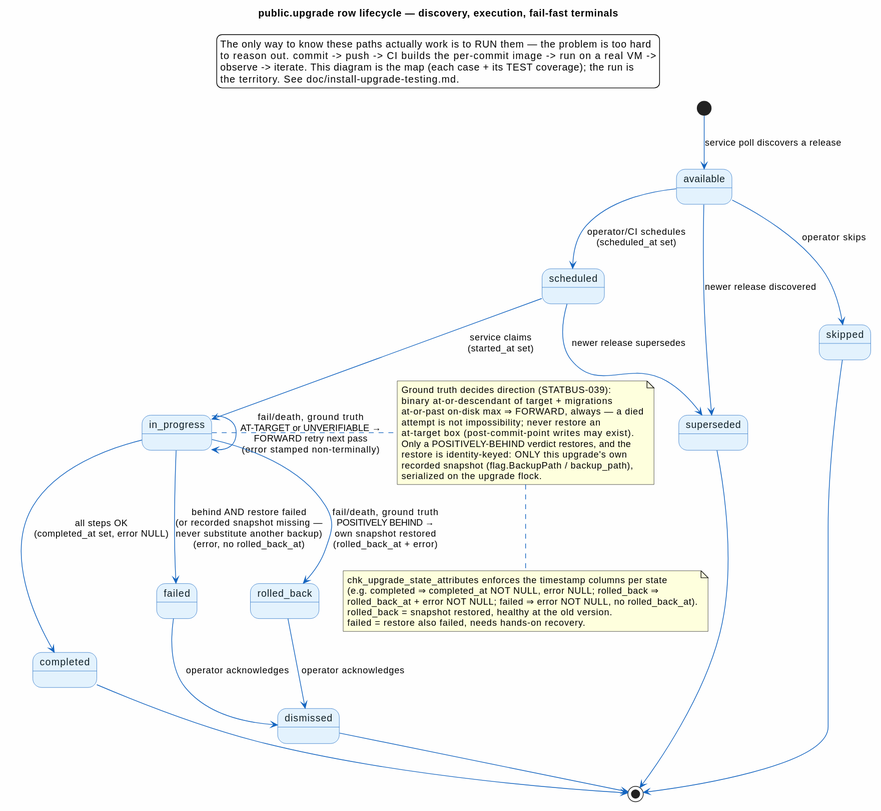
Before: doc/diagrams/upgrade-lifecycle.svg, a diagram exported from PlantUML (statisticsnorway/statbus).
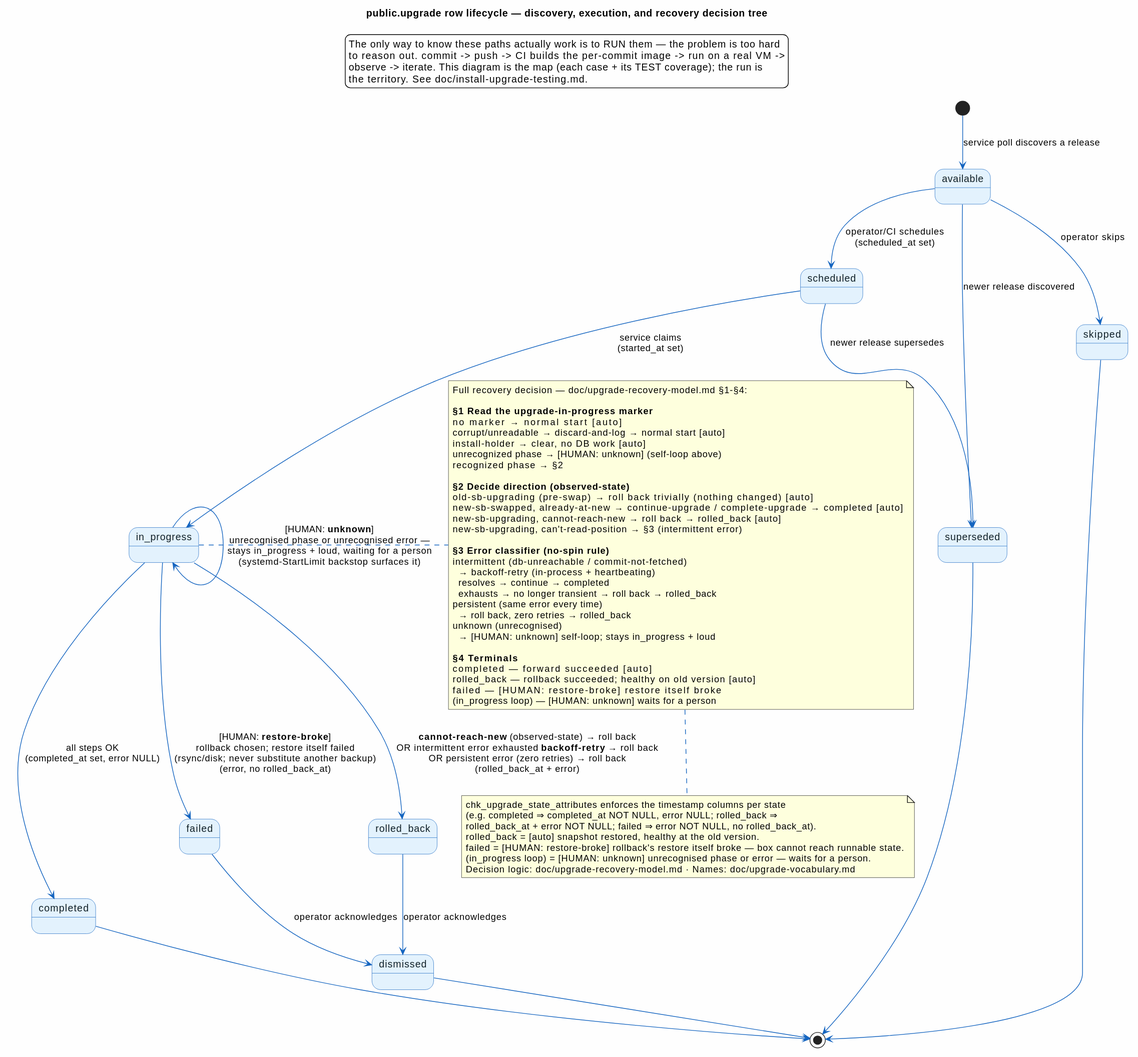
Above is the later version.

Commit message:
doc(diagrams): de-jargon upgrade-lifecycle to the locked recovery vocabulary

Diff of the diagram source:
```diff
@@ -7,7 +7,7 @@
     FontColor #102027
 }
 
-title public.upgrade row lifecycle — discovery, execution, fail-fast terminals
+title public.upgrade row lifecycle — discovery, execution, and recovery decision tree
 
 legend top
 The only way to know these paths actually work is to RUN them — the problem is too hard
@@ -26,20 +26,44 @@
 scheduled --> superseded : newer release supersedes
 
 in_progress --> completed : all steps OK\n(completed_at set, error NULL)
-in_progress --> in_progress : fail/death, ground truth\nAT-TARGET or UNVERIFIABLE →\nFORWARD retry next pass\n(error stamped non-terminally)
-in_progress --> rolled_back : fail/death, ground truth\nPOSITIVELY BEHIND →\nown snapshot restored\n(rolled_back_at + error)
-in_progress --> failed : behind AND restore failed\n(or recorded snapshot missing —\nnever substitute another backup)\n(error, no rolled_back_at)
+
+in_progress --> in_progress : [HUMAN: **unknown**]\nunrecognised phase or unrecognised error —\nstays in_progress + loud, waiting for a person\n(systemd-StartLimit backstop surfaces it)
+
+in_progress --> rolled_back : **cannot-reach-new** (observed-state) → roll back\nOR intermittent error exhausted **backoff-retry** → roll back\nOR persistent error (zero retries) → roll back\n(rolled_back_at + error)
+
+in_progress --> failed : [HUMAN: **restore-broke**]\nrollback chosen; restore itself failed\n(rsync/disk; never substitute another backup)\n(error, no rolled_back_at)
 
 note right of in_progress
-  Ground truth decides direction (STATBUS-039):
-  binary at-or-descendant of target + migrations
-  at-or-past on-disk max ⇒ FORWARD, always — a died
-  attempt is not impossibility; never restore an
-  at-target box (post-commit-point writes may exist).
-  Only a POSITIVELY-BEHIND verdict restores, and the
-  restore is identity-keyed: ONLY this upgrade's own
-  recorded snapshot (flag.BackupPath / backup_path),
-  serialized on the upgrade flock.
+  Full recovery decision — doc/upgrade-recovery-model.md §1-§4:
+
+  **§1  Read the upgrade-in-progress marker**
+  no marker          → normal start [auto]
+  corrupt/unreadable → discard-and-log → normal start [auto]
+  install-holder     → clear, no DB work [auto]
+  unrecognized phase → [HUMAN: unknown] (self-loop above)
+  recognized phase   → §2
+
+  **§2  Decide direction (observed-state)**
+  old-sb-upgrading (pre-swap)           → roll back trivially (nothing changed) [auto]
+  new-sb-swapped, already-at-new        → continue-upgrade / complete-upgrade → completed [auto]
+  new-sb-upgrading, cannot-reach-new    → roll back → rolled_back [auto]
+  new-sb-upgrading, can't-read-position → §3 (intermittent error)
+
+  **§3  Error classifier (no-spin rule)**
+  intermittent (db-unreachable / commit-not-fetched)
+    → backoff-retry (in-process + heartbeating)
+    resolves → continue → completed
+    exhausts → no longer transient → roll back → rolled_back
+  persistent (same error every time)
+    → roll back, zero retries → rolled_back
+  unknown (unrecognised)
+    → [HUMAN: unknown] self-loop; stays in_progress + loud
+
+  **§4  Terminals**
+  completed          — forward succeeded [auto]
+  rolled_back        — rollback succeeded; healthy on old version [auto]
+  failed             — [HUMAN: restore-broke] restore itself broke
+  (in_progress loop) — [HUMAN: unknown] waits for a person
 end note
 
 rolled_back --> dismissed : operator acknowledges
@@ -54,7 +78,9 @@
   chk_upgrade_state_attributes enforces the timestamp columns per state
   (e.g. completed ⇒ completed_at NOT NULL, error NULL; rolled_back ⇒
   rolled_back_at + error NOT NULL; failed ⇒ error NOT NULL, no rolled_back_at).
-  rolled_back = snapshot restored, healthy at the old version.
-  failed = restore also failed, needs hands-on recovery.
+  rolled_back = [auto] snapshot restored, healthy at the old version.
+  failed = [HUMAN: restore-broke] rollback's restore itself broke — box cannot reach runnable state.
+  (in_progress loop) = [HUMAN: unknown] unrecognised phase or error — waits for a person.
+  Decision logic: doc/upgrade-recovery-model.md · Names: doc/upgrade-vocabulary.md
 end note
 @enduml
```
